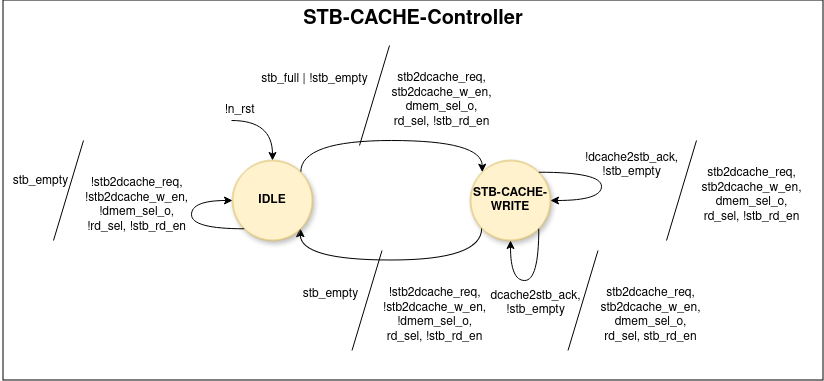
The draw.io diagram docs/stb-cache-controller.png in Fazail333/Store-Buffer, before a commit. Source tidied: cells renumbered, new cells last; positions are measured from the earlier drawing's top-left corner, leaving out a move shared by most shapes.
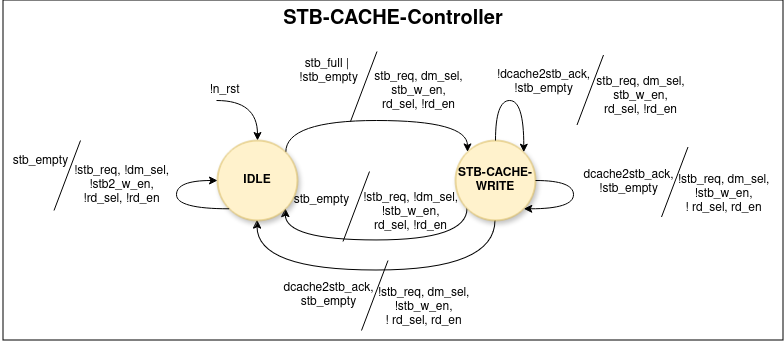
After the change.

Change to the diagram source:
```diff
@@ -3,7 +3,7 @@
     <mxCell id="0" />
     <mxCell id="1" parent="0" />
     <mxCell id="2" value="STB-CACHE-Controller " style="rounded=0;whiteSpace=wrap;html=1;fontStyle=1;verticalAlign=top;fontSize=20;" parent="1" vertex="1">
-      <mxGeometry x="3" width="820" height="380" as="geometry" />
+      <mxGeometry x="18" y="20" width="780" height="340" as="geometry" />
     </mxCell>
     <mxCell id="3" style="edgeStyle=orthogonalEdgeStyle;rounded=0;jettySize=auto;html=1;exitX=0;exitY=1;exitDx=0;exitDy=0;entryX=1;entryY=1;entryDx=0;entryDy=0;curved=1;" parent="1" edge="1" source="4" target="7">
       <mxGeometry relative="1" as="geometry">
@@ -13,6 +13,14 @@
         </Array>
       </mxGeometry>
     </mxCell>
+    <mxCell id="27" style="edgeStyle=orthogonalEdgeStyle;rounded=0;jettySize=auto;html=1;exitX=0.5;exitY=1;exitDx=0;exitDy=0;entryX=0.5;entryY=1;entryDx=0;entryDy=0;curved=1;" parent="1" edge="1" source="4" target="7">
+      <mxGeometry relative="1" as="geometry">
+        <Array as="points">
+          <mxPoint x="510" y="290" />
+          <mxPoint x="272" y="290" />
+        </Array>
+      </mxGeometry>
+    </mxCell>
     <mxCell id="4" value="STB-CACHE-WRITE" style="ellipse;whiteSpace=wrap;html=1;fontStyle=1;fillColor=#fff2cc;strokeColor=#d6b656;shadow=1;" parent="1" vertex="1">
       <mxGeometry x="470" y="160" width="80" height="80" as="geometry" />
     </mxCell>
@@ -43,84 +51,96 @@
         </Array>
       </mxGeometry>
     </mxCell>
-    <mxCell id="9" style="edgeStyle=orthogonalEdgeStyle;rounded=0;orthogonalLoop=1;jettySize=auto;html=1;exitX=1;exitY=0;exitDx=0;exitDy=0;entryX=1;entryY=0.5;entryDx=0;entryDy=0;curved=1;" parent="1" edge="1" source="4" target="4">
-      <mxGeometry relative="1" as="geometry">
-        <Array as="points">
-          <mxPoint x="601" y="172" />
-          <mxPoint x="601" y="200" />
-        </Array>
-      </mxGeometry>
-    </mxCell>
     <mxCell id="10" value="!n_rst" style="text;html=1;align=center;verticalAlign=middle;strokeColor=none;fillColor=none;" parent="1" vertex="1">
       <mxGeometry x="214" y="95" width="50" height="30" as="geometry" />
     </mxCell>
     <mxCell id="11" value="stb_empty" style="text;html=1;align=center;verticalAlign=middle;strokeColor=none;fillColor=none;" parent="1" vertex="1">
-      <mxGeometry y="166" width="80" height="30" as="geometry" />
+      <mxGeometry x="15" y="166" width="80" height="30" as="geometry" />
     </mxCell>
-    <mxCell id="12" value="stb_full | !stb_empty" style="text;html=1;align=center;verticalAlign=middle;strokeColor=none;fillColor=none;" parent="1" vertex="1">
-      <mxGeometry x="249" y="64" width="130" height="30" as="geometry" />
+    <mxCell id="12" value="&lt;div&gt;stb_full |&amp;nbsp;&lt;/div&gt;&lt;div&gt;!stb_empty&lt;/div&gt;" style="text;html=1;align=center;verticalAlign=middle;strokeColor=none;fillColor=none;" parent="1" vertex="1">
+      <mxGeometry x="303" y="71" width="80" height="40" as="geometry" />
     </mxCell>
-    <mxCell id="13" style="endArrow=none;html=1;rounded=0;" parent="1" edge="1">
-      <mxGeometry relative="1" as="geometry">
-        <mxPoint x="359" y="145" as="sourcePoint" />
-        <mxPoint x="389" y="45" as="targetPoint" />
-      </mxGeometry>
-    </mxCell>
-    <mxCell id="14" value="&lt;div&gt;stb2dcache_req,&lt;/div&gt;&lt;div&gt;stb2dcache_w_en,&lt;/div&gt;&lt;div&gt;dmem_sel_o,&lt;br&gt;&lt;/div&gt;&lt;div&gt;rd_sel, !stb_rd_en&lt;/div&gt;" style="text;html=1;align=center;verticalAlign=middle;strokeColor=none;fillColor=none;" parent="1" vertex="1">
-      <mxGeometry x="381" y="65" width="120" height="70" as="geometry" />
+    <mxCell id="14" value="&lt;div&gt;stb_req, dm_sel,&lt;/div&gt;&lt;div&gt;stb_w_en,&lt;/div&gt;&lt;div&gt;rd_sel, !rd_en&lt;/div&gt;" style="text;html=1;align=center;verticalAlign=middle;strokeColor=none;fillColor=none;" parent="1" vertex="1">
+      <mxGeometry x="378" y="81" width="110" height="60" as="geometry" />
     </mxCell>
-    <mxCell id="15" value="&lt;div&gt;stb2dcache_req,&lt;/div&gt;&lt;div&gt;stb2dcache_w_en,&lt;/div&gt;&lt;div&gt;dmem_sel_o,&lt;br&gt;&lt;/div&gt;&lt;div&gt;rd_sel, !stb_rd_en&lt;/div&gt;" style="text;html=1;align=center;verticalAlign=middle;strokeColor=none;fillColor=none;" parent="1" vertex="1">
-      <mxGeometry x="691" y="160" width="120" height="70" as="geometry" />
+    <mxCell id="15" value="&lt;div&gt;stb_req, dm_sel,&lt;/div&gt;&lt;div&gt;stb_w_en,&lt;/div&gt;&lt;div&gt;rd_sel, !rd_en&lt;/div&gt;" style="text;html=1;align=center;verticalAlign=middle;strokeColor=none;fillColor=none;" parent="1" vertex="1">
+      <mxGeometry x="600" y="85.5" width="110" height="60" as="geometry" />
     </mxCell>
-    <mxCell id="16" value="&lt;div&gt;stb2dcache_req,&lt;/div&gt;&lt;div&gt;stb2dcache_w_en,&lt;/div&gt;&lt;div&gt;dmem_sel_o,&lt;br&gt;&lt;/div&gt;&lt;div&gt;rd_sel, stb_rd_en&lt;/div&gt;" style="text;html=1;align=center;verticalAlign=middle;strokeColor=none;fillColor=none;" parent="1" vertex="1">
-      <mxGeometry x="590" y="280" width="120" height="70" as="geometry" />
+    <mxCell id="16" value="&lt;div&gt;!stb_req, dm_sel,&lt;/div&gt;&lt;div&gt;!stb_w_en,&lt;/div&gt;&lt;div&gt;! rd_sel, rd_en&lt;/div&gt;" style="text;html=1;align=center;verticalAlign=middle;strokeColor=none;fillColor=none;" parent="1" vertex="1">
+      <mxGeometry x="678" y="183.5" width="120" height="60" as="geometry" />
     </mxCell>
-    <mxCell id="17" style="endArrow=none;html=1;rounded=0;" parent="1" edge="1">
-      <mxGeometry relative="1" as="geometry">
-        <mxPoint x="666" y="240" as="sourcePoint" />
-        <mxPoint x="696" y="140" as="targetPoint" />
-      </mxGeometry>
-    </mxCell>
-    <mxCell id="18" style="endArrow=none;html=1;rounded=0;" parent="1" edge="1">
-      <mxGeometry relative="1" as="geometry">
-        <mxPoint x="567.5" y="350" as="sourcePoint" />
-        <mxPoint x="597.5" y="250" as="targetPoint" />
-      </mxGeometry>
-    </mxCell>
-    <mxCell id="19" value="&lt;div&gt;!stb2dcache_req,&lt;/div&gt;&lt;div&gt;!stb2dcache_w_en,&lt;/div&gt;&lt;div&gt;!dmem_sel_o,&lt;br&gt;&lt;/div&gt;&lt;div&gt;!rd_sel, !stb_rd_en&lt;/div&gt;" style="text;html=1;align=center;verticalAlign=middle;strokeColor=none;fillColor=none;" parent="1" vertex="1">
-      <mxGeometry x="70.5" y="170" width="130" height="70" as="geometry" />
+    <mxCell id="19" value="&lt;div&gt;!stb_req, !dm_sel,&lt;/div&gt;&lt;div&gt;!stb2_w_en,&lt;/div&gt;&lt;div&gt;!rd_sel, !rd_en&lt;/div&gt;" style="text;html=1;align=center;verticalAlign=middle;strokeColor=none;fillColor=none;" parent="1" vertex="1">
+      <mxGeometry x="75.5" y="175" width="120" height="60" as="geometry" />
     </mxCell>
-    <mxCell id="20" style="endArrow=none;html=1;rounded=0;" parent="1" edge="1">
-      <mxGeometry relative="1" as="geometry">
-        <mxPoint x="53" y="240" as="sourcePoint" />
-        <mxPoint x="83" y="140" as="targetPoint" />
-      </mxGeometry>
-    </mxCell>
     <mxCell id="21" value="&lt;div&gt;dcache2stb_ack,&lt;/div&gt;&lt;div&gt;!stb_empty&lt;br&gt;&lt;/div&gt;" style="text;html=1;align=center;verticalAlign=middle;strokeColor=none;fillColor=none;" parent="1" vertex="1">
-      <mxGeometry x="480" y="283" width="110" height="40" as="geometry" />
+      <mxGeometry x="588" y="181.5" width="110" height="40" as="geometry" />
     </mxCell>
     <mxCell id="22" value="&lt;div&gt;!dcache2stb_ack,&lt;/div&gt;&lt;div&gt;!stb_empty&lt;br&gt;&lt;/div&gt;" style="text;html=1;align=center;verticalAlign=middle;strokeColor=none;fillColor=none;" parent="1" vertex="1">
-      <mxGeometry x="571" y="145" width="120" height="40" as="geometry" />
+      <mxGeometry x="498" y="81.5" width="120" height="40" as="geometry" />
     </mxCell>
-    <mxCell id="23" style="edgeStyle=orthogonalEdgeStyle;rounded=0;orthogonalLoop=1;jettySize=auto;html=1;exitX=1;exitY=1;exitDx=0;exitDy=0;entryX=0.5;entryY=1;entryDx=0;entryDy=0;curved=1;" parent="1" edge="1" source="4" target="4">
-      <mxGeometry relative="1" as="geometry">
-        <Array as="points">
-          <mxPoint x="538" y="280" />
-          <mxPoint x="510" y="280" />
-        </Array>
-      </mxGeometry>
-    </mxCell>
-    <mxCell id="24" value="&lt;div&gt;!stb2dcache_req,&lt;/div&gt;&lt;div&gt;!stb2dcache_w_en,&lt;/div&gt;&lt;div&gt;!dmem_sel_o,&lt;br&gt;&lt;/div&gt;&lt;div&gt;rd_sel, !stb_rd_en&lt;/div&gt;" style="text;html=1;align=center;verticalAlign=middle;strokeColor=none;fillColor=none;" parent="1" vertex="1">
-      <mxGeometry x="369" y="280" width="130" height="70" as="geometry" />
+    <mxCell id="24" value="&lt;div&gt;!stb_req, !dm_sel,&lt;/div&gt;&lt;div&gt;!stb_w_en,&lt;/div&gt;&lt;div&gt;rd_sel, !rd_en&lt;/div&gt;" style="text;html=1;align=center;verticalAlign=middle;strokeColor=none;fillColor=none;" parent="1" vertex="1">
+      <mxGeometry x="365" y="202" width="120" height="60" as="geometry" />
     </mxCell>
     <mxCell id="25" style="endArrow=none;html=1;rounded=0;" parent="1" edge="1">
       <mxGeometry relative="1" as="geometry">
-        <mxPoint x="351.5" y="350" as="sourcePoint" />
-        <mxPoint x="381.5" y="250" as="targetPoint" />
+        <mxPoint x="357.5" y="261" as="sourcePoint" />
+        <mxPoint x="384" y="191" as="targetPoint" />
       </mxGeometry>
     </mxCell>
     <mxCell id="26" value="&lt;div&gt;stb_empty&lt;br&gt;&lt;/div&gt;" style="text;html=1;align=center;verticalAlign=middle;strokeColor=none;fillColor=none;" parent="1" vertex="1">
-      <mxGeometry x="290" y="279" width="80" height="30" as="geometry" />
+      <mxGeometry x="296" y="205" width="80" height="30" as="geometry" />
     </mxCell>
+    <mxCell id="28" style="edgeStyle=orthogonalEdgeStyle;rounded=0;orthogonalLoop=1;jettySize=auto;html=1;exitX=0.5;exitY=0;exitDx=0;exitDy=0;entryX=1;entryY=0;entryDx=0;entryDy=0;curved=1;" parent="1" edge="1" source="4" target="4">
+      <mxGeometry relative="1" as="geometry">
+        <Array as="points">
+          <mxPoint x="510" y="120" />
+          <mxPoint x="538" y="120" />
+        </Array>
+      </mxGeometry>
+    </mxCell>
+    <mxCell id="29" style="endArrow=none;html=1;rounded=0;" parent="1" edge="1">
+      <mxGeometry relative="1" as="geometry">
+        <mxPoint x="591.5" y="144.5" as="sourcePoint" />
+        <mxPoint x="618" y="74.5" as="targetPoint" />
+      </mxGeometry>
+    </mxCell>
+    <mxCell id="30" style="edgeStyle=orthogonalEdgeStyle;rounded=0;orthogonalLoop=1;jettySize=auto;html=1;exitX=1;exitY=0.5;exitDx=0;exitDy=0;entryX=1;entryY=1;entryDx=0;entryDy=0;curved=1;" parent="1" edge="1" source="4" target="4">
+      <mxGeometry relative="1" as="geometry">
+        <Array as="points">
+          <mxPoint x="588" y="200" />
+          <mxPoint x="588" y="228" />
+        </Array>
+      </mxGeometry>
+    </mxCell>
+    <mxCell id="31" style="endArrow=none;html=1;rounded=0;" parent="1" edge="1">
+      <mxGeometry relative="1" as="geometry">
+        <mxPoint x="676" y="236.5" as="sourcePoint" />
+        <mxPoint x="702.5" y="166.5" as="targetPoint" />
+      </mxGeometry>
+    </mxCell>
+    <mxCell id="32" value="&lt;div&gt;!stb_req, dm_sel,&lt;/div&gt;&lt;div&gt;!stb_w_en,&lt;/div&gt;&lt;div&gt;! rd_sel, rd_en&lt;/div&gt;" style="text;html=1;align=center;verticalAlign=middle;strokeColor=none;fillColor=none;" parent="1" vertex="1">
+      <mxGeometry x="378" y="297" width="120" height="60" as="geometry" />
+    </mxCell>
+    <mxCell id="33" value="&lt;div&gt;dcache2stb_ack,&lt;/div&gt;&lt;div&gt;stb_empty&lt;br&gt;&lt;/div&gt;" style="text;html=1;align=center;verticalAlign=middle;strokeColor=none;fillColor=none;" parent="1" vertex="1">
+      <mxGeometry x="288" y="295" width="110" height="40" as="geometry" />
+    </mxCell>
+    <mxCell id="34" style="endArrow=none;html=1;rounded=0;" parent="1" edge="1">
+      <mxGeometry relative="1" as="geometry">
+        <mxPoint x="376" y="350" as="sourcePoint" />
+        <mxPoint x="402.5" y="280" as="targetPoint" />
+      </mxGeometry>
+    </mxCell>
+    <mxCell id="35" style="endArrow=none;html=1;rounded=0;" parent="1" edge="1">
+      <mxGeometry relative="1" as="geometry">
+        <mxPoint x="68.5" y="230" as="sourcePoint" />
+        <mxPoint x="95" y="160" as="targetPoint" />
+      </mxGeometry>
+    </mxCell>
+    <mxCell id="36" style="endArrow=none;html=1;rounded=0;" parent="1" edge="1">
+      <mxGeometry relative="1" as="geometry">
+        <mxPoint x="365" y="141" as="sourcePoint" />
+        <mxPoint x="391.5" y="71" as="targetPoint" />
+      </mxGeometry>
+    </mxCell>
   </root>
 </mxGraphModel>
```
